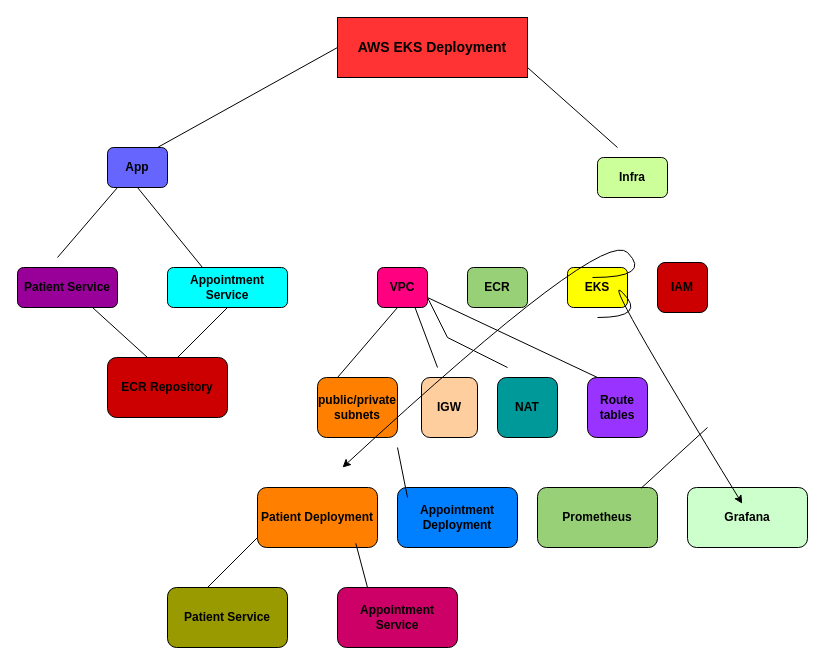
agarapunaveen/NSH-usecase-2 keeps this draw.io diagram as page "Page-1" (1 of 2) of Infra/Untitled Diagram.drawio. Above is the earlier version. Source tidied: cells renumbered, new cells numbered last; positions are measured from the earlier drawing's top-left corner, leaving out a move shared by most shapes. Both pictures are drawn from the tidied source at 100%, with x=0, y=0 at pixel (17, 17).
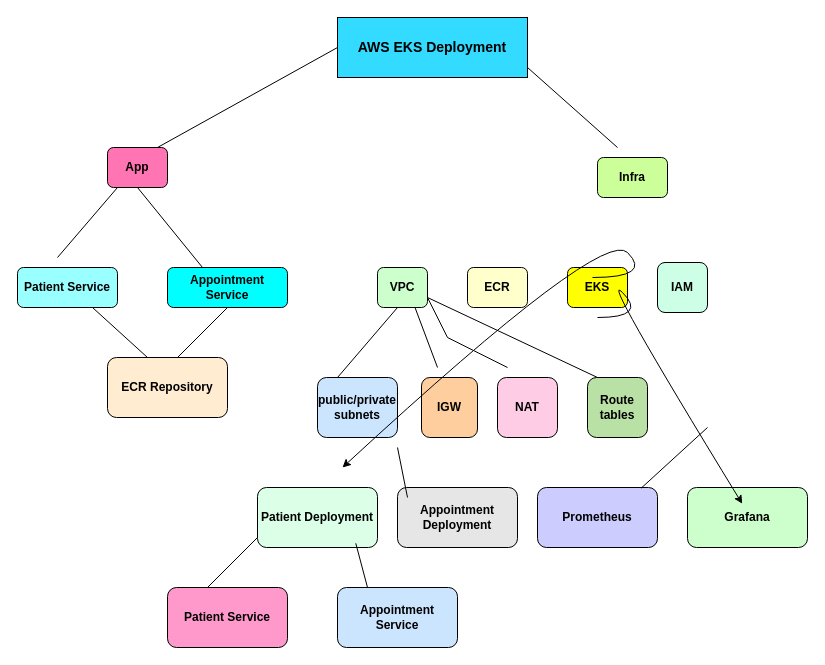
The same page after the edit.

Change to the diagram source:
```diff
@@
-    <mxCell id="2" value="&lt;font style=&quot;font-size: 14px;&quot;&gt;&lt;b&gt;AWS EKS Deployment&lt;/b&gt;&lt;/font&gt;" style="rounded=0;whiteSpace=wrap;html=1;fillColor=light-dark(#FF3333,var(--ge-dark-color, #121212));" parent="1" vertex="1">
+    <mxCell id="2" value="&lt;font style=&quot;font-size: 14px;&quot;&gt;&lt;b&gt;AWS EKS Deployment&lt;/b&gt;&lt;/font&gt;" style="rounded=0;whiteSpace=wrap;html=1;fillColor=light-dark(#32DBFF,var(--ge-dark-color, #121212));" parent="1" vertex="1">
       <mxGeometry x="320" width="190" height="60" as="geometry" />
     </mxCell>
-    <mxCell id="3" value="&lt;b&gt;App&lt;/b&gt;" style="rounded=1;whiteSpace=wrap;html=1;fillColor=light-dark(#6666FF,var(--ge-dark-color, #121212));" parent="1" vertex="1">
+    <mxCell id="3" value="&lt;b&gt;App&lt;/b&gt;" style="rounded=1;whiteSpace=wrap;html=1;fillColor=light-dark(#FF74B3,var(--ge-dark-color, #121212));" parent="1" vertex="1">
       <mxGeometry x="90" y="130" width="60" height="40" as="geometry" />
     </mxCell>
@@
-    <mxCell id="5" value="&lt;b&gt;Patient Service&lt;/b&gt;" style="rounded=1;whiteSpace=wrap;html=1;fillColor=light-dark(#990099,var(--ge-dark-color, #121212));strokeColor=light-dark(#000000,#FFFFFF);" parent="1" vertex="1">
+    <mxCell id="5" value="&lt;b&gt;Patient Service&lt;/b&gt;" style="rounded=1;whiteSpace=wrap;html=1;fillColor=light-dark(#99FFFF,var(--ge-dark-color, #121212));strokeColor=light-dark(#000000,#FFFFFF);" parent="1" vertex="1">
       <mxGeometry y="250" width="100" height="40" as="geometry" />
     </mxCell>
@@
-    <mxCell id="7" value="&lt;b&gt;ECR Repository&lt;/b&gt;" style="rounded=1;whiteSpace=wrap;html=1;fillColor=light-dark(#CC0000,var(--ge-dark-color, #121212));" parent="1" vertex="1">
+    <mxCell id="7" value="&lt;b&gt;ECR Repository&lt;/b&gt;" style="rounded=1;whiteSpace=wrap;html=1;fillColor=light-dark(#FFECD1,var(--ge-dark-color, #121212));" parent="1" vertex="1">
       <mxGeometry x="90" y="340" width="120" height="60" as="geometry" />
     </mxCell>
-    <mxCell id="8" value="&lt;b&gt;VPC&lt;/b&gt;" style="rounded=1;whiteSpace=wrap;html=1;fillColor=light-dark(#FF0080,var(--ge-dark-color, #121212));" parent="1" vertex="1">
+    <mxCell id="8" value="&lt;b&gt;VPC&lt;/b&gt;" style="rounded=1;whiteSpace=wrap;html=1;fillColor=light-dark(#CCFFCC,var(--ge-dark-color, #121212));" parent="1" vertex="1">
       <mxGeometry x="360" y="250" width="50" height="40" as="geometry" />
     </mxCell>
-    <mxCell id="9" value="&lt;b&gt;ECR&lt;/b&gt;" style="rounded=1;whiteSpace=wrap;html=1;fillColor=light-dark(#97D077,var(--ge-dark-color, #121212));" parent="1" vertex="1">
+    <mxCell id="9" value="&lt;b&gt;ECR&lt;/b&gt;" style="rounded=1;whiteSpace=wrap;html=1;fillColor=light-dark(#FFFFCC,var(--ge-dark-color, #121212));" parent="1" vertex="1">
       <mxGeometry x="450" y="250" width="60" height="40" as="geometry" />
     </mxCell>
@@
-    <mxCell id="11" value="&lt;b&gt;IAM&lt;/b&gt;" style="rounded=1;whiteSpace=wrap;html=1;fillColor=light-dark(#CC0000,var(--ge-dark-color, #121212));" parent="1" vertex="1">
+    <mxCell id="11" value="&lt;b&gt;IAM&lt;/b&gt;" style="rounded=1;whiteSpace=wrap;html=1;fillColor=light-dark(#CCFFE6,var(--ge-dark-color, #121212));" parent="1" vertex="1">
       <mxGeometry x="640" y="245" width="50" height="50" as="geometry" />
     </mxCell>
-    <mxCell id="12" value="&lt;b&gt;public/private&lt;/b&gt;&lt;div&gt;&lt;b&gt;subnets&lt;/b&gt;&lt;/div&gt;" style="rounded=1;whiteSpace=wrap;html=1;fillColor=light-dark(#FF8000,var(--ge-dark-color, #121212));" parent="1" vertex="1">
+    <mxCell id="12" value="&lt;b&gt;public/private&lt;/b&gt;&lt;div&gt;&lt;b&gt;subnets&lt;/b&gt;&lt;/div&gt;" style="rounded=1;whiteSpace=wrap;html=1;fillColor=light-dark(#CCE5FF,var(--ge-dark-color, #121212));" parent="1" vertex="1">
       <mxGeometry x="300" y="360" width="80" height="60" as="geometry" />
     </mxCell>
@@
-    <mxCell id="14" value="&lt;b&gt;NAT&lt;/b&gt;" style="rounded=1;whiteSpace=wrap;html=1;fillColor=light-dark(#009999,var(--ge-dark-color, #121212));" parent="1" vertex="1">
+    <mxCell id="14" value="&lt;b&gt;NAT&lt;/b&gt;" style="rounded=1;whiteSpace=wrap;html=1;fillColor=light-dark(#FFCCE6,var(--ge-dark-color, #121212));" parent="1" vertex="1">
       <mxGeometry x="480" y="360" width="60" height="60" as="geometry" />
     </mxCell>
-    <mxCell id="15" value="&lt;b&gt;Route tables&lt;/b&gt;" style="rounded=1;whiteSpace=wrap;html=1;fillColor=light-dark(#9933FF,var(--ge-dark-color, #121212));" parent="1" vertex="1">
+    <mxCell id="15" value="&lt;b&gt;Route tables&lt;/b&gt;" style="rounded=1;whiteSpace=wrap;html=1;fillColor=light-dark(#B9E0A5,var(--ge-dark-color, #121212));" parent="1" vertex="1">
       <mxGeometry x="570" y="360" width="60" height="60" as="geometry" />
     </mxCell>
-    <mxCell id="16" value="&lt;b&gt;Patient Deployment&lt;/b&gt;" style="rounded=1;whiteSpace=wrap;html=1;fillColor=light-dark(#FF8000,var(--ge-dark-color, #121212));" parent="1" vertex="1">
+    <mxCell id="16" value="&lt;b&gt;Patient Deployment&lt;/b&gt;" style="rounded=1;whiteSpace=wrap;html=1;fillColor=light-dark(#DCFFE8,var(--ge-dark-color, #121212));" parent="1" vertex="1">
       <mxGeometry x="240" y="470" width="120" height="60" as="geometry" />
     </mxCell>
-    <mxCell id="17" value="&lt;b&gt;Appointment Deployment&lt;/b&gt;" style="rounded=1;whiteSpace=wrap;html=1;fillColor=light-dark(#007FFF,var(--ge-dark-color, #121212));" parent="1" vertex="1">
+    <mxCell id="17" value="&lt;b&gt;Appointment Deployment&lt;/b&gt;" style="rounded=1;whiteSpace=wrap;html=1;fillColor=light-dark(#E6E6E6,var(--ge-dark-color, #121212));" parent="1" vertex="1">
       <mxGeometry x="380" y="470" width="120" height="60" as="geometry" />
     </mxCell>
-    <mxCell id="18" value="&lt;b&gt;Prometheus&lt;/b&gt;" style="rounded=1;whiteSpace=wrap;html=1;fillColor=light-dark(#97D077,var(--ge-dark-color, #121212));" parent="1" vertex="1">
+    <mxCell id="18" value="&lt;b&gt;Prometheus&lt;/b&gt;" style="rounded=1;whiteSpace=wrap;html=1;fillColor=light-dark(#CCCCFF,var(--ge-dark-color, #121212));" parent="1" vertex="1">
       <mxGeometry x="520" y="470" width="120" height="60" as="geometry" />
     </mxCell>
@@
-    <mxCell id="20" value="&lt;b&gt;Patient Service&lt;/b&gt;" style="rounded=1;whiteSpace=wrap;html=1;fillColor=light-dark(#999900,var(--ge-dark-color, #121212));" parent="1" vertex="1">
+    <mxCell id="20" value="&lt;b&gt;Patient Service&lt;/b&gt;" style="rounded=1;whiteSpace=wrap;html=1;fillColor=light-dark(#FF99CC,var(--ge-dark-color, #121212));" parent="1" vertex="1">
       <mxGeometry x="150" y="570" width="120" height="60" as="geometry" />
     </mxCell>
-    <mxCell id="21" value="&lt;b&gt;Appointment Service&lt;/b&gt;" style="rounded=1;whiteSpace=wrap;html=1;fillColor=light-dark(#CC0066,var(--ge-dark-color, #121212));" parent="1" vertex="1">
+    <mxCell id="21" value="&lt;b&gt;Appointment Service&lt;/b&gt;" style="rounded=1;whiteSpace=wrap;html=1;fillColor=light-dark(#CCE5FF,var(--ge-dark-color, #121212));" parent="1" vertex="1">
       <mxGeometry x="320" y="570" width="120" height="60" as="geometry" />
     </mxCell>
```
